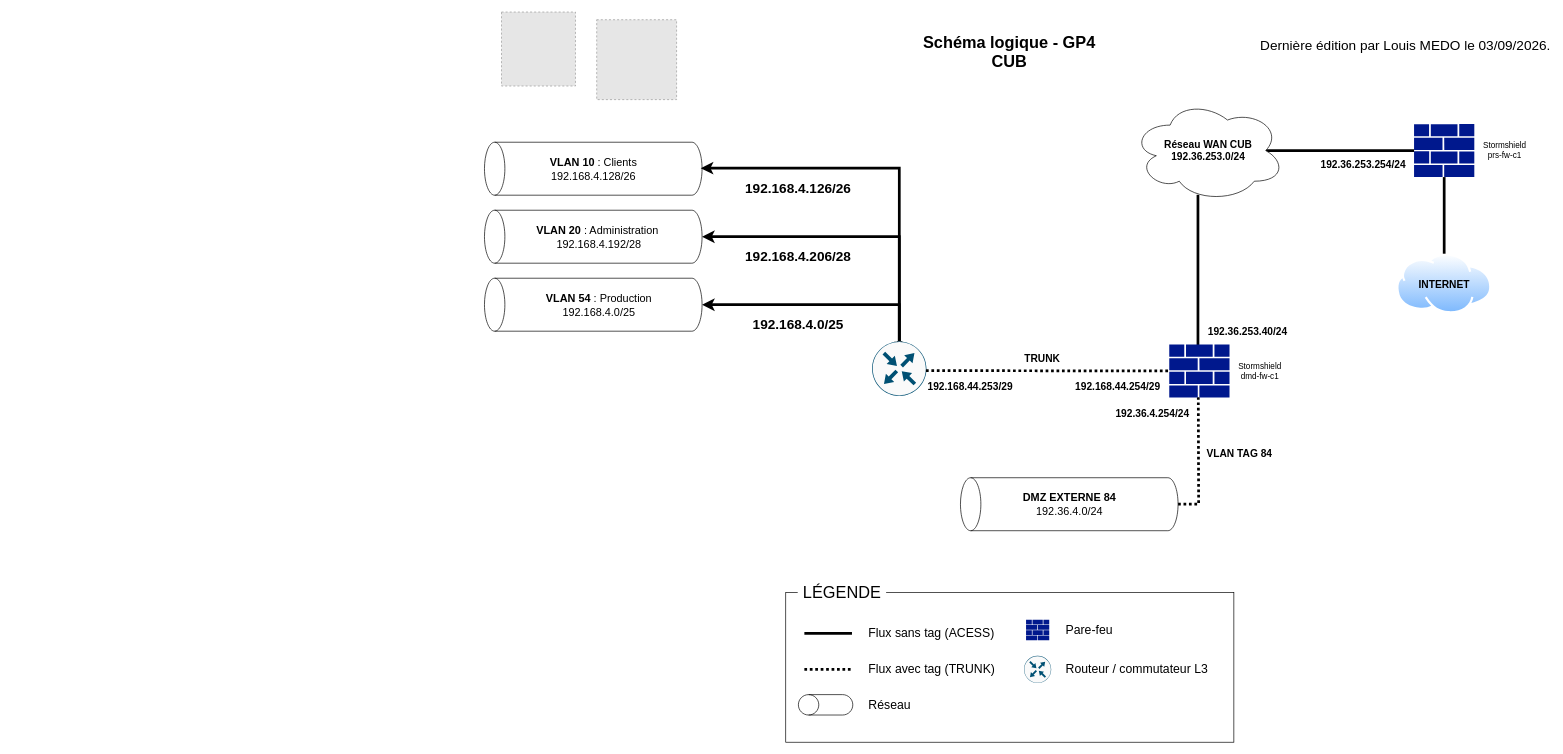
This is docs/01-ressources/schemas/cub-schema-logique-gp4.drawio from FireToak/cub-docs, a draw.io file, before an edit. Source tidied: cells renumbered, new cells numbered last; positions are measured from the earlier drawing's top-left corner, leaving out a move shared by most shapes. Both pictures are drawn from the tidied source at 68%, with x=0, y=0 at pixel (501, 12). Pictures stored in the file or linked from it are replaced by grey dashed boxes.
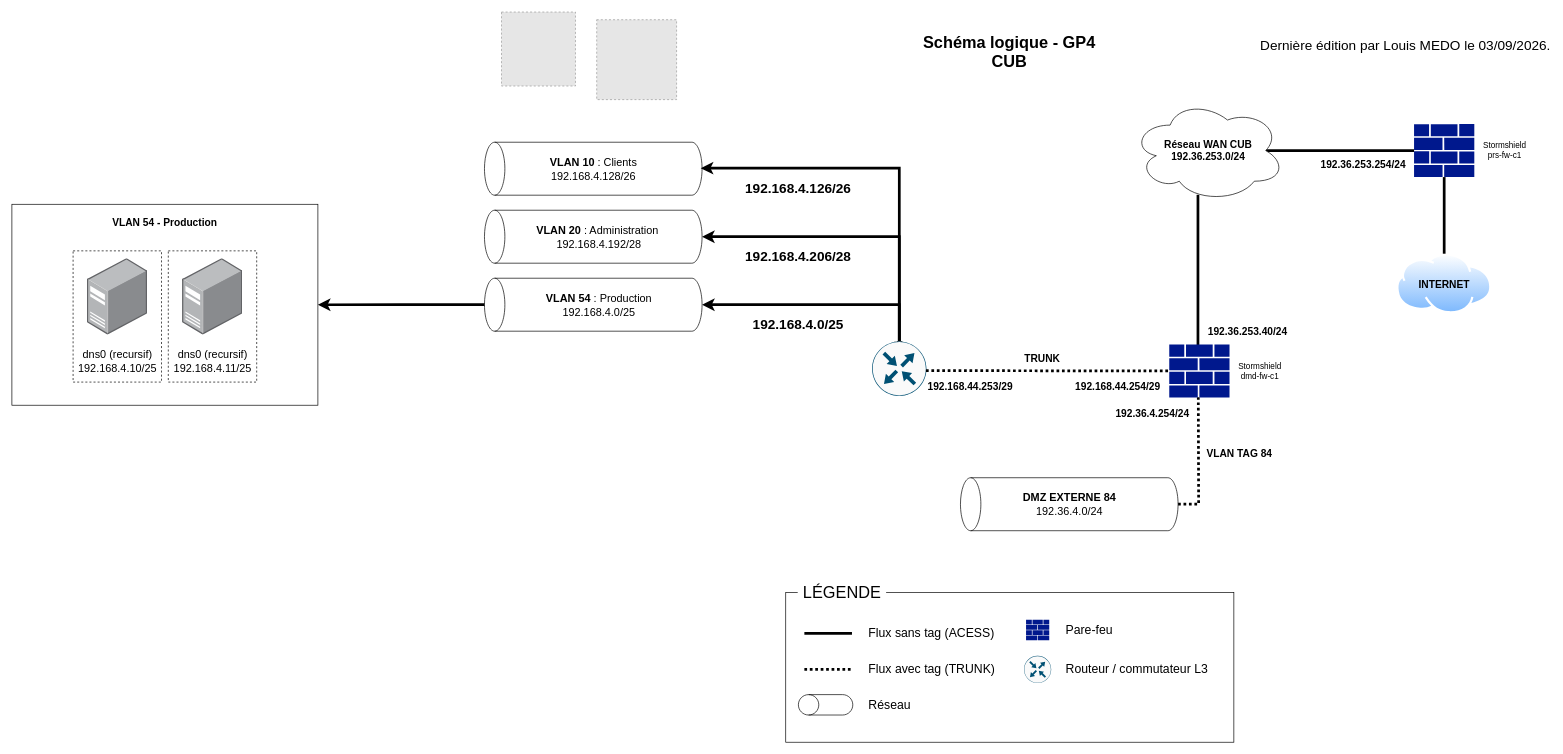
The same page after the edit.

Commit message (it also covers changes not shown here):
chore: ajout des serveurs dns

The change refers to these unchanged cells:
```xml
<mxCell id="13" style="shape=cylinder3;whiteSpace=wrap;html=1;boundedLbl=1;backgroundOutline=1;size=15;rotation=-90;" parent="1" vertex="1">
  <mxGeometry x="96" y="270.6" width="77.9" height="320" as="geometry" />
</mxCell>
```

Diff of the diagram source:
```diff
@@
+    <mxCell id="53" style="rounded=0;whiteSpace=wrap;html=1;" parent="1" vertex="1">
+      <mxGeometry x="-720" y="282.9" width="450" height="295.5" as="geometry" />
+    </mxCell>
@@
+    <mxCell id="54" style="rounded=0;whiteSpace=wrap;html=1;dashed=1;" parent="1" vertex="1">
+      <mxGeometry x="-490" y="351.4" width="130" height="193" as="geometry" />
+    </mxCell>
+    <mxCell id="55" style="image;html=1;align=center;shadow=0;dashed=0;image=img/lib/allied_telesis/computer_and_terminals/Server_Desktop.svg;" parent="1" vertex="1">
+      <mxGeometry x="-469.3" y="362.6" width="88.6" height="112.3" as="geometry" />
+    </mxCell>
+    <mxCell id="56" style="edgeStyle=orthogonalEdgeStyle;rounded=0;jettySize=auto;html=1;entryX=1;entryY=0.5;entryDx=0;entryDy=0;strokeWidth=4;" parent="1" edge="1" source="13" target="53">
+      <mxGeometry relative="1" as="geometry" />
+    </mxCell>
+    <mxCell id="57" style="rounded=0;whiteSpace=wrap;html=1;dashed=1;" parent="1" vertex="1">
+      <mxGeometry x="-630" y="351.4" width="130" height="193" as="geometry" />
+    </mxCell>
+    <mxCell id="58" style="image;html=1;align=center;shadow=0;dashed=0;image=img/lib/allied_telesis/computer_and_terminals/Server_Desktop.svg;" parent="1" vertex="1">
+      <mxGeometry x="-609.3" y="362.6" width="88.6" height="112.3" as="geometry" />
+    </mxCell>
+    <mxCell id="59" value="&lt;font style=&quot;font-size: 16px;&quot;&gt;dns0 (recursif)&lt;br&gt;192.168.4.10/25&lt;/font&gt;" style="text;html=1;whiteSpace=wrap;strokeColor=none;fillColor=none;align=center;verticalAlign=middle;rounded=0;" parent="1" vertex="1">
+      <mxGeometry x="-614.3" y="489.4" width="98.6" height="50" as="geometry" />
+    </mxCell>
+    <mxCell id="60" value="&lt;font style=&quot;font-size: 16px;&quot;&gt;dns0 (recursif)&lt;br&gt;192.168.4.11/25&lt;/font&gt;" style="text;html=1;whiteSpace=wrap;strokeColor=none;fillColor=none;align=center;verticalAlign=middle;rounded=0;" parent="1" vertex="1">
+      <mxGeometry x="-474.3" y="489.4" width="98.6" height="50" as="geometry" />
+    </mxCell>
+    <mxCell id="61" value="&lt;font style=&quot;font-size: 15px;&quot;&gt;VLAN 54 - Production&lt;/font&gt;" style="text;html=1;whiteSpace=wrap;strokeColor=none;fillColor=none;align=center;verticalAlign=middle;rounded=0;fontStyle=1;" parent="1" vertex="1">
+      <mxGeometry x="-585" y="295" width="180" height="30" as="geometry" />
+    </mxCell>
```
